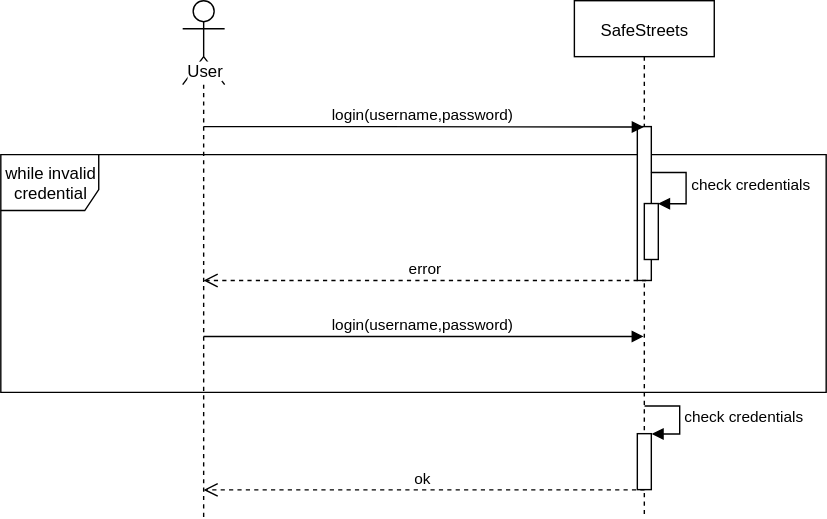
This is UML/Login_sequence_diagram.svg from University-Projects-Secco/RahbariSecco, a draw.io export, as it was before one commit. Source tidied: cells renumbered, new cells last; positions are measured from the earlier drawing's top-left corner, leaving out a move shared by most shapes. Its diagram source:
```xml
<mxGraphModel>
  <root>
    <mxCell id="0" />
    <mxCell id="1" parent="0" />
    <mxCell id="2" value="while invalid credential" style="shape=umlFrame;whiteSpace=wrap;html=1;width=70;height=40;" parent="1" vertex="1">
      <mxGeometry y="110" width="590" height="170" as="geometry" />
    </mxCell>
    <mxCell id="3" value="User" style="shape=umlLifeline;participant=umlActor;perimeter=lifelinePerimeter;whiteSpace=wrap;html=1;verticalAlign=top;spacingTop=36;labelBackgroundColor=#ffffff;outlineConnect=0;size=60;" parent="1" vertex="1">
      <mxGeometry x="130" width="30" height="370" as="geometry" />
    </mxCell>
    <mxCell id="4" value="SafeStreets" style="shape=umlLifeline;perimeter=lifelinePerimeter;whiteSpace=wrap;html=1;outlineConnect=0;" parent="1" vertex="1">
      <mxGeometry x="410" width="100" height="370" as="geometry" />
    </mxCell>
    <mxCell id="5" style="html=1;points=[];perimeter=orthogonalPerimeter;" parent="4" vertex="1">
      <mxGeometry x="45" y="90" width="10" height="110" as="geometry" />
    </mxCell>
    <mxCell id="6" style="html=1;points=[];perimeter=orthogonalPerimeter;" parent="4" vertex="1">
      <mxGeometry x="50" y="145" width="10" height="40" as="geometry" />
    </mxCell>
    <mxCell id="7" value="check credentials" style="edgeStyle=orthogonalEdgeStyle;html=1;align=left;spacingLeft=2;endArrow=block;rounded=0;entryX=1;entryY=0;exitX=0.971;exitY=0.299;exitDx=0;exitDy=0;exitPerimeter=0;" parent="4" edge="1" source="5" target="6">
      <mxGeometry relative="1" as="geometry">
        <Array as="points">
          <mxPoint x="80" y="123" />
          <mxPoint x="80" y="145" />
        </Array>
      </mxGeometry>
    </mxCell>
    <mxCell id="8" style="html=1;points=[];perimeter=orthogonalPerimeter;" parent="4" vertex="1">
      <mxGeometry x="45" y="309.5" width="10" height="40" as="geometry" />
    </mxCell>
    <mxCell id="9" value="check credentials" style="edgeStyle=orthogonalEdgeStyle;html=1;align=left;spacingLeft=2;endArrow=block;rounded=0;entryX=1;entryY=0;" parent="4" edge="1" target="8">
      <mxGeometry relative="1" as="geometry">
        <mxPoint x="50" y="289.5" as="sourcePoint" />
        <Array as="points">
          <mxPoint x="75" y="289.5" />
        </Array>
      </mxGeometry>
    </mxCell>
    <mxCell id="10" value="login(username,password)" style="html=1;verticalAlign=bottom;endArrow=block;" parent="1" edge="1" source="3" target="4">
      <mxGeometry relative="1" as="geometry">
        <Array as="points">
          <mxPoint x="410" y="240" />
        </Array>
      </mxGeometry>
    </mxCell>
    <mxCell id="11" value="error" style="html=1;verticalAlign=bottom;endArrow=open;dashed=1;endSize=8;exitX=0.629;exitY=1;exitDx=0;exitDy=0;exitPerimeter=0;" parent="1" edge="1" source="5" target="3">
      <mxGeometry relative="1" as="geometry" />
    </mxCell>
    <mxCell id="12" value="login(username,password)" style="html=1;verticalAlign=bottom;endArrow=block;entryX=0.457;entryY=0.003;entryDx=0;entryDy=0;entryPerimeter=0;" parent="1" edge="1" source="3" target="5">
      <mxGeometry relative="1" as="geometry">
        <Array as="points">
          <mxPoint x="260" y="90" />
        </Array>
      </mxGeometry>
    </mxCell>
    <mxCell id="13" value="ok" style="html=1;verticalAlign=bottom;endArrow=open;dashed=1;endSize=8;exitX=0.514;exitY=1.005;exitDx=0;exitDy=0;exitPerimeter=0;" parent="1" edge="1" source="8" target="3">
      <mxGeometry relative="1" as="geometry" />
    </mxCell>
  </root>
</mxGraphModel>
```
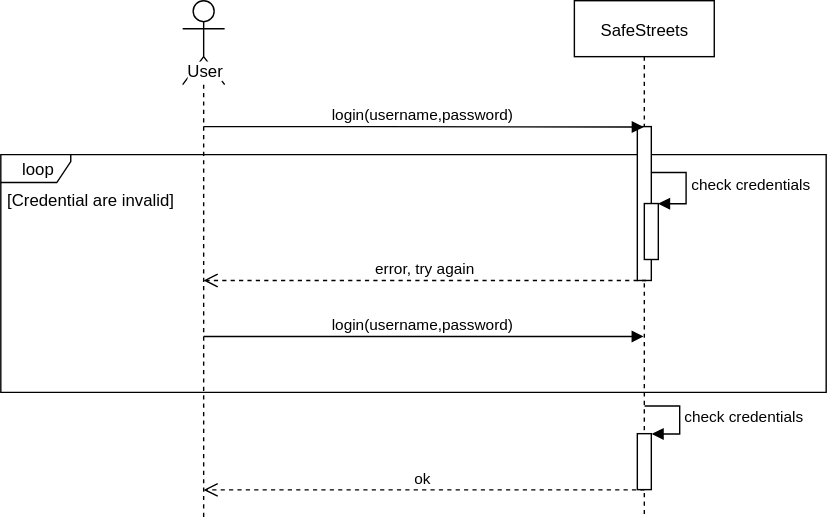
The same file after the commit.

Change to the diagram source:
```diff
@@ -2,7 +2,7 @@
   <root>
     <mxCell id="0" />
     <mxCell id="1" parent="0" />
-    <mxCell id="2" value="while invalid credential" style="shape=umlFrame;whiteSpace=wrap;html=1;width=70;height=40;" parent="1" vertex="1">
+    <mxCell id="2" value="loop" style="shape=umlFrame;whiteSpace=wrap;html=1;width=50;height=20;" parent="1" vertex="1">
       <mxGeometry y="110" width="590" height="170" as="geometry" />
     </mxCell>
     <mxCell id="3" value="User" style="shape=umlLifeline;participant=umlActor;perimeter=lifelinePerimeter;whiteSpace=wrap;html=1;verticalAlign=top;spacingTop=36;labelBackgroundColor=#ffffff;outlineConnect=0;size=60;" parent="1" vertex="1">
@@ -43,7 +43,7 @@
         </Array>
       </mxGeometry>
     </mxCell>
-    <mxCell id="11" value="error" style="html=1;verticalAlign=bottom;endArrow=open;dashed=1;endSize=8;exitX=0.629;exitY=1;exitDx=0;exitDy=0;exitPerimeter=0;" parent="1" edge="1" source="5" target="3">
+    <mxCell id="11" value="error, try again" style="html=1;verticalAlign=bottom;endArrow=open;dashed=1;endSize=8;exitX=0.629;exitY=1;exitDx=0;exitDy=0;exitPerimeter=0;" parent="1" edge="1" source="5" target="3">
       <mxGeometry relative="1" as="geometry" />
     </mxCell>
     <mxCell id="12" value="login(username,password)" style="html=1;verticalAlign=bottom;endArrow=block;entryX=0.457;entryY=0.003;entryDx=0;entryDy=0;entryPerimeter=0;" parent="1" edge="1" source="3" target="5">
@@ -56,5 +56,8 @@
     <mxCell id="13" value="ok" style="html=1;verticalAlign=bottom;endArrow=open;dashed=1;endSize=8;exitX=0.514;exitY=1.005;exitDx=0;exitDy=0;exitPerimeter=0;" parent="1" edge="1" source="8" target="3">
       <mxGeometry relative="1" as="geometry" />
     </mxCell>
+    <mxCell id="14" value="[Credential are invalid]" style="text;align=left;fontStyle=0;verticalAlign=middle;spacingLeft=3;spacingRight=3;strokeColor=none;" parent="1" vertex="1">
+      <mxGeometry y="130" width="80" height="26" as="geometry" />
+    </mxCell>
   </root>
 </mxGraphModel>
```
